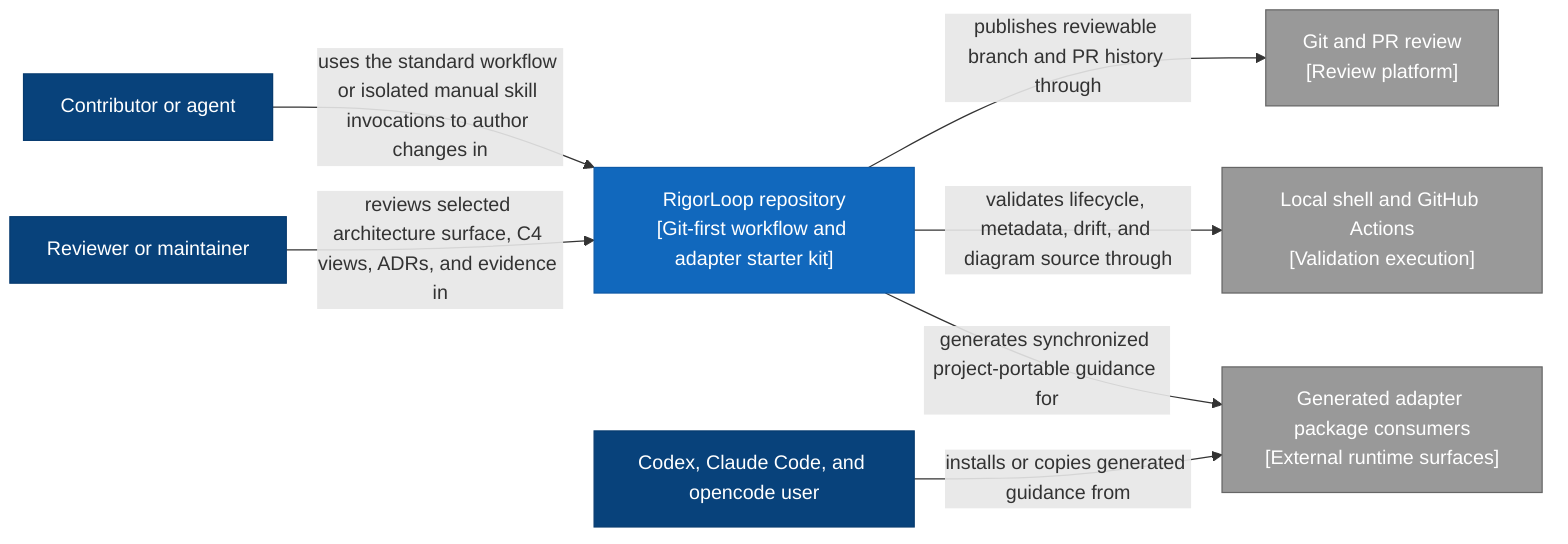
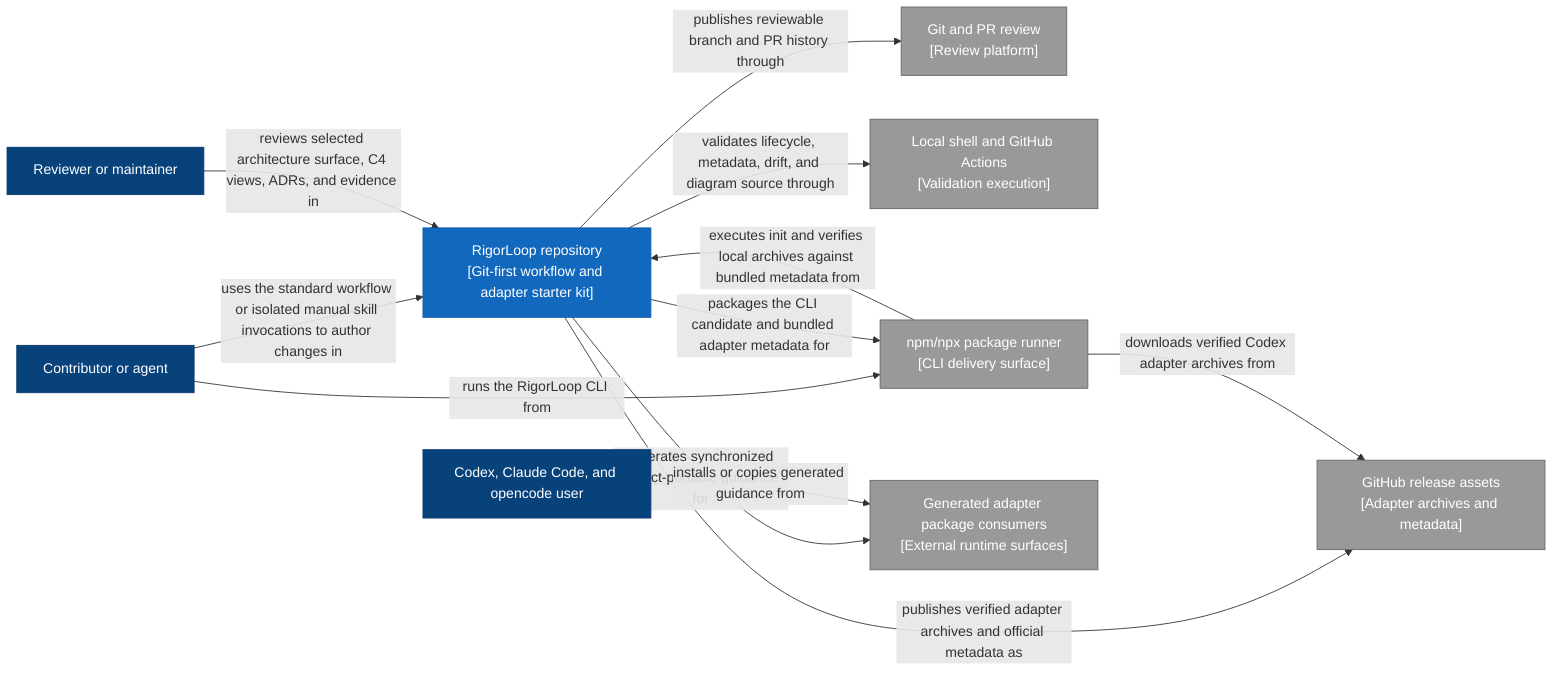
flowchart LR
  contributor["Contributor or agent"]:::person
  reviewer["Reviewer or maintainer"]:::person
  adapter_user["Codex, Claude Code, and opencode user"]:::person
  repo["RigorLoop repository<br/>[Git-first workflow and adapter starter kit]"]:::system
  git["Git and PR review<br/>[Review platform]"]:::external
  execution["Local shell and GitHub Actions<br/>[Validation execution]"]:::external
+   package_runner["npm/npx package runner<br/>[CLI delivery surface]"]:::external
  package_surface["Generated adapter package consumers<br/>[External runtime surfaces]"]:::external
+   release_assets["GitHub release assets<br/>[Adapter archives and metadata]"]:::external

  contributor -->|uses the standard workflow or isolated manual skill invocations to author changes in| repo
+   contributor -->|runs the RigorLoop CLI from| package_runner
  reviewer -->|reviews selected architecture surface, C4 views, ADRs, and evidence in| repo
  repo -->|publishes reviewable branch and PR history through| git
  repo -->|validates lifecycle, metadata, drift, and diagram source through| execution
+   repo -->|packages the CLI candidate and bundled adapter metadata for| package_runner
+   repo -->|publishes verified adapter archives and official metadata as| release_assets
  repo -->|generates synchronized project-portable guidance for| package_surface
+   package_runner -->|executes init and verifies local archives against bundled metadata from| repo
+   package_runner -->|downloads verified Codex adapter archives from| release_assets
  adapter_user -->|installs or copies generated guidance from| package_surface

  classDef person fill:#08427b,stroke:#073b6f,color:#fff
  classDef system fill:#1168bd,stroke:#0e5aa7,color:#fff
  classDef external fill:#999,stroke:#666,color:#fff
  classDef container fill:#438dd5,stroke:#3c7fc0,color:#fff
